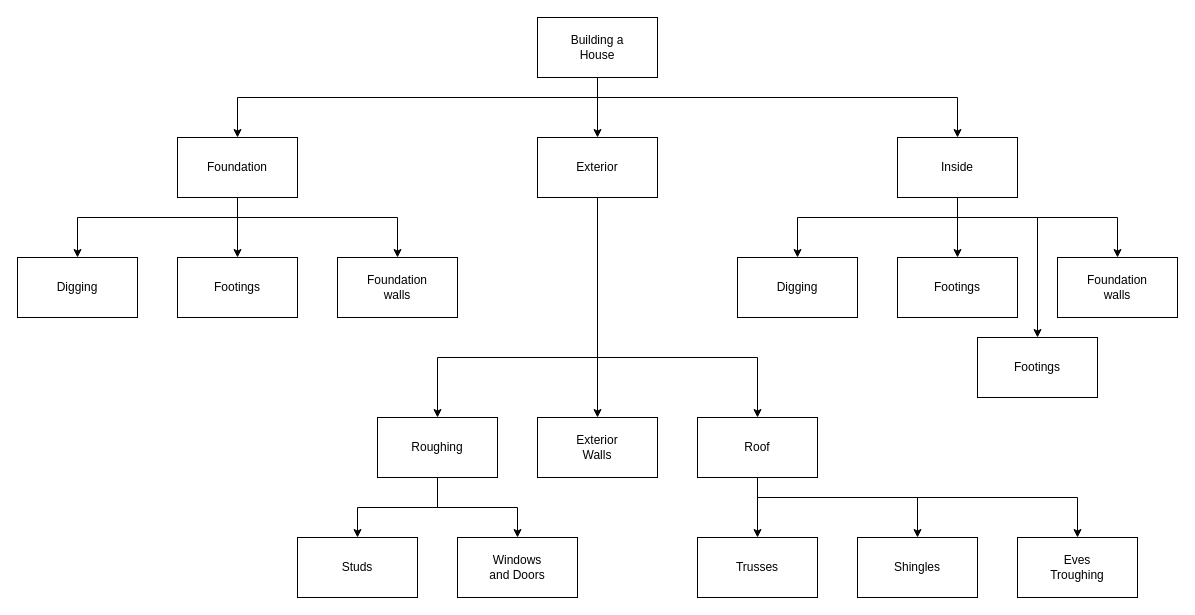
Earlier version of the draw.io diagram docs/problem-solving/images/building_a_house.drawio (Mr-Coxall/Computer-Based-Problem-Solving). Source tidied: cells renumbered, new cells numbered last; positions are measured from the earlier drawing's top-left corner, leaving out a move shared by most shapes. Both pictures are drawn from the tidied source at 100%, with x=0, y=0 at pixel (17, 17).
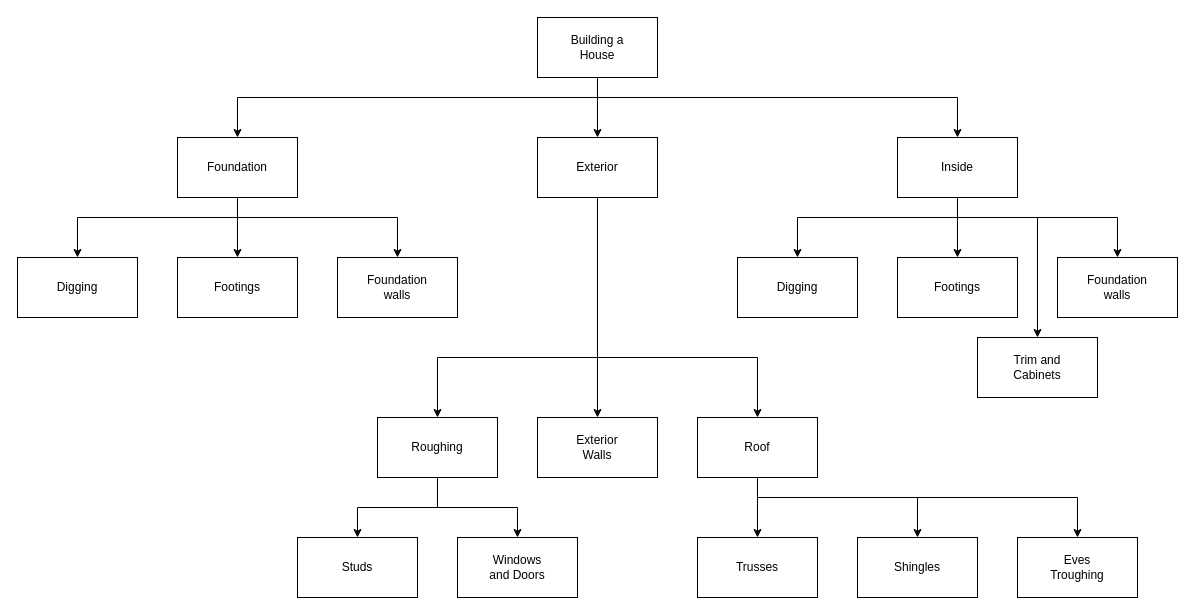
After the change.

Diff of the diagram source:
```diff
@@
-    <mxCell id="38" value="Footings" style="rounded=0;whiteSpace=wrap;html=1;" parent="1" vertex="1">
+    <mxCell id="38" value="Trim and&lt;br&gt;Cabinets" style="rounded=0;whiteSpace=wrap;html=1;" parent="1" vertex="1">
       <mxGeometry x="960" y="320" width="120" height="60" as="geometry" />
     </mxCell>
```
